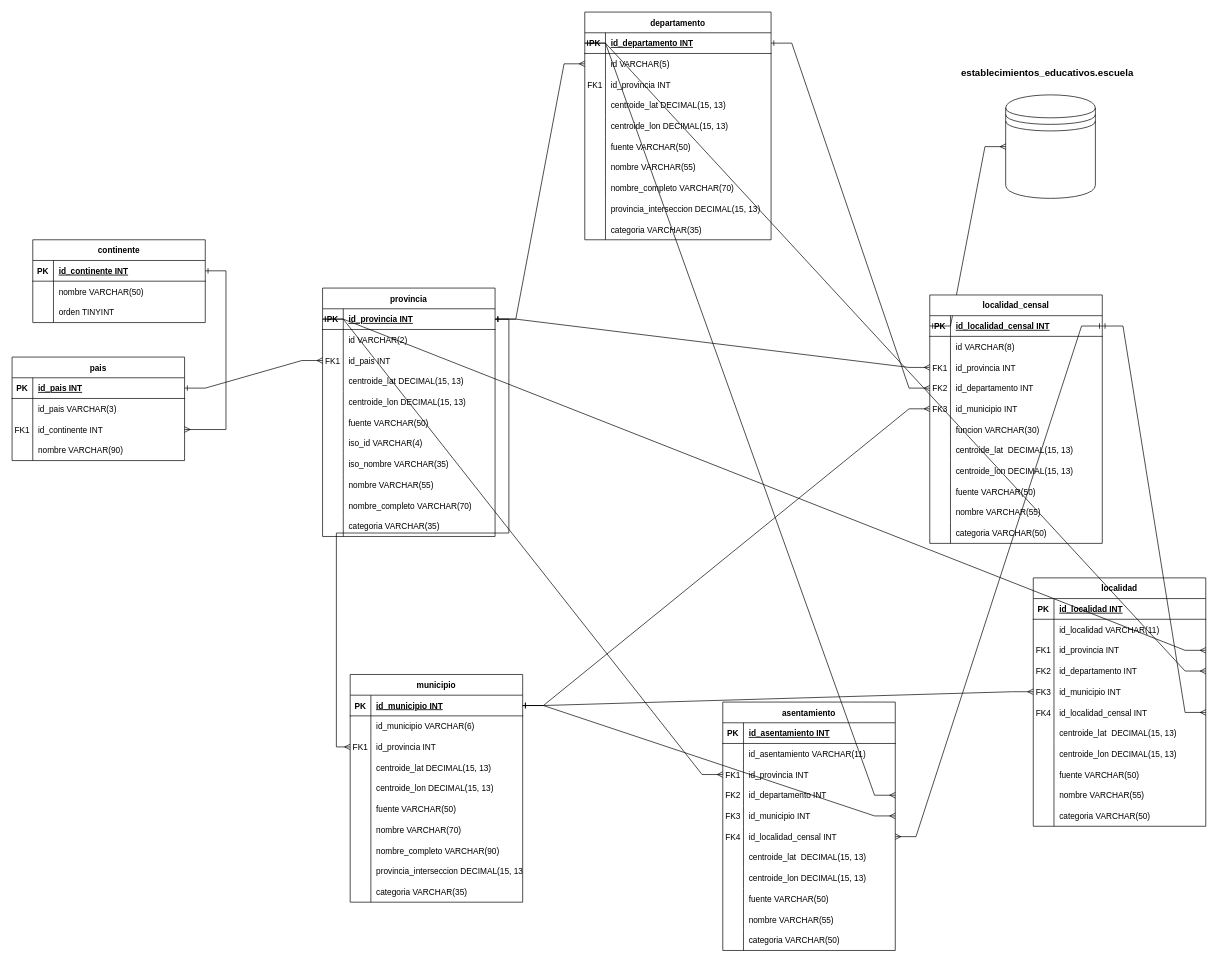
Before: georef.drawio in Alexmdq80/SistemaGestionEscolar, a draw.io diagram. Source tidied: cells renumbered, new cells numbered last; positions are measured from the earlier drawing's top-left corner, leaving out a move shared by most shapes. Both pictures are drawn from the tidied source at 69%, with x=0, y=0 at pixel (12, 12).
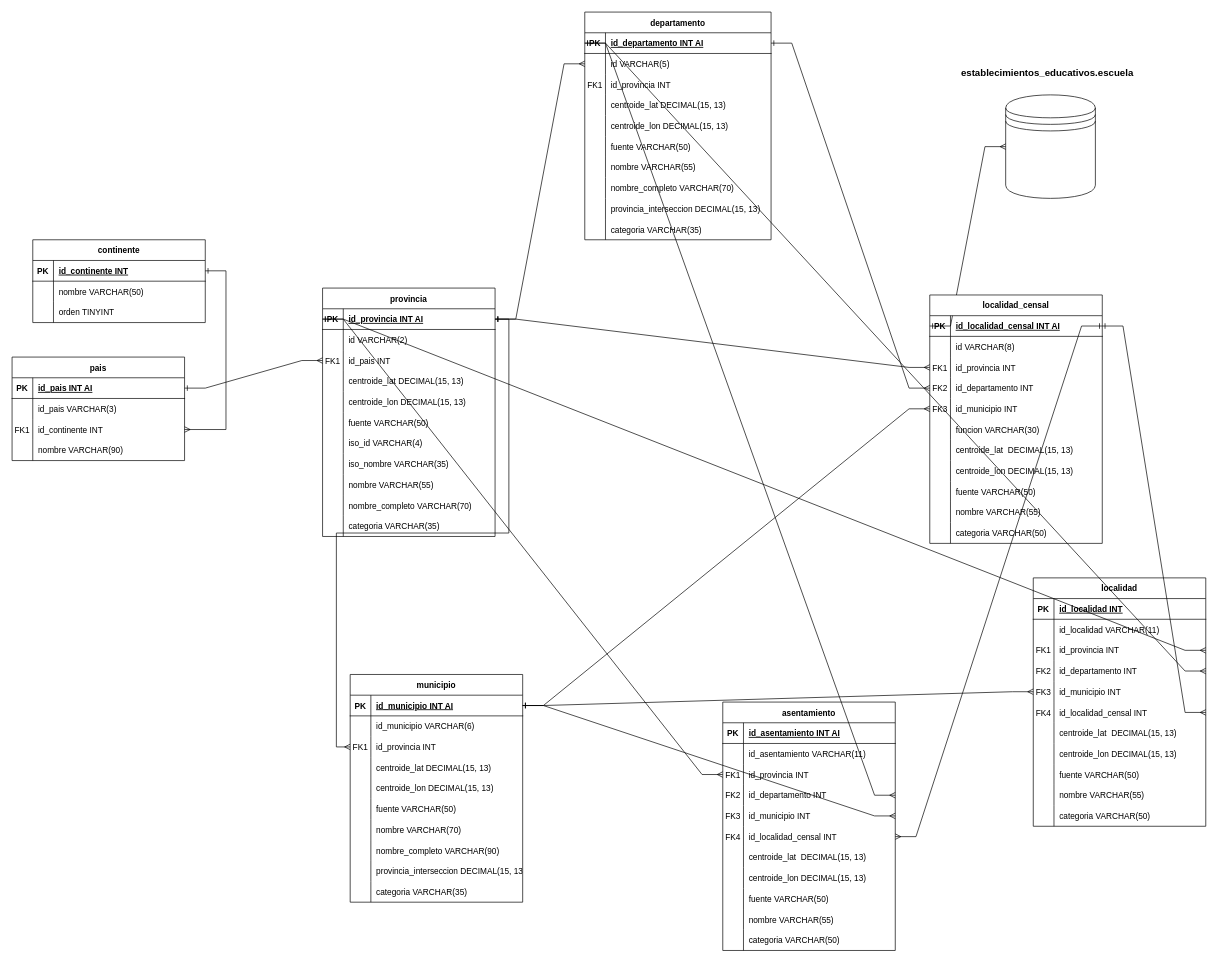
After the change.

Unchanged cells that the change refers to:
```xml
<mxCell id="3" style="shape=partialRectangle;fillColor=none;points=[[0,0.5],[1,0.5]];portConstraint=eastwest;top=0;left=0;right=0;bottom=1;" parent="2" vertex="1">
  <mxGeometry y="30" width="250" height="30" as="geometry" />
</mxCell>
<mxCell id="37" style="shape=partialRectangle;fillColor=none;points=[[0,0.5],[1,0.5]];portConstraint=eastwest;top=0;left=0;right=0;bottom=1;" parent="36" vertex="1">
  <mxGeometry y="30" width="270" height="30" as="geometry" />
</mxCell>
<mxCell id="104" style="shape=partialRectangle;fillColor=none;points=[[0,0.5],[1,0.5]];portConstraint=eastwest;top=0;left=0;right=0;bottom=1;" parent="103" vertex="1">
  <mxGeometry y="30" width="250" height="30" as="geometry" />
</mxCell>
<mxCell id="118" style="shape=partialRectangle;fillColor=none;points=[[0,0.5],[1,0.5]];portConstraint=eastwest;top=0;left=0;right=0;bottom=1;" parent="117" vertex="1">
  <mxGeometry y="30" width="250" height="30" as="geometry" />
</mxCell>
<mxCell id="165" style="shape=partialRectangle;fillColor=none;top=0;left=0;right=0;bottom=1;" parent="164" vertex="1">
  <mxGeometry y="30" width="250" height="30" as="geometry" />
</mxCell>
<mxCell id="202" style="shape=partialRectangle;fillColor=none;points=[[0,0.5],[1,0.5]];portConstraint=eastwest;top=0;left=0;right=0;bottom=1;" parent="201" vertex="1">
  <mxGeometry y="30" width="250" height="30" as="geometry" />
</mxCell>
```

The edit, as a diff of the source:
```diff
@@
-    <mxCell id="5" value="id_provincia INT" style="shape=partialRectangle;overflow=hidden;fillColor=none;top=0;left=0;bottom=0;right=0;align=left;spacingLeft=6;fontStyle=5;" parent="3" vertex="1">
+    <mxCell id="5" value="id_provincia INT AI" style="shape=partialRectangle;overflow=hidden;fillColor=none;top=0;left=0;bottom=0;right=0;align=left;spacingLeft=6;fontStyle=5;" parent="3" vertex="1">
       <mxGeometry x="30" width="220" height="30" as="geometry" />
     </mxCell>
@@
-    <mxCell id="39" value="id_departamento INT" style="shape=partialRectangle;overflow=hidden;fillColor=none;top=0;left=0;bottom=0;right=0;align=left;spacingLeft=6;fontStyle=5;" parent="37" vertex="1">
+    <mxCell id="39" value="id_departamento INT AI" style="shape=partialRectangle;overflow=hidden;fillColor=none;top=0;left=0;bottom=0;right=0;align=left;spacingLeft=6;fontStyle=5;" parent="37" vertex="1">
       <mxGeometry x="30" width="240" height="30" as="geometry" />
     </mxCell>
@@
-    <mxCell id="106" value="id_pais INT" style="shape=partialRectangle;overflow=hidden;fillColor=none;top=0;left=0;bottom=0;right=0;align=left;spacingLeft=6;fontStyle=5;" parent="104" vertex="1">
+    <mxCell id="106" value="id_pais INT AI" style="shape=partialRectangle;overflow=hidden;fillColor=none;top=0;left=0;bottom=0;right=0;align=left;spacingLeft=6;fontStyle=5;" parent="104" vertex="1">
       <mxGeometry x="30" width="220" height="30" as="geometry" />
     </mxCell>
@@
-    <mxCell id="120" value="id_municipio INT" style="shape=partialRectangle;overflow=hidden;fillColor=none;top=0;left=0;bottom=0;right=0;align=left;spacingLeft=6;fontStyle=5;" parent="118" vertex="1">
+    <mxCell id="120" value="id_municipio INT AI" style="shape=partialRectangle;overflow=hidden;fillColor=none;top=0;left=0;bottom=0;right=0;align=left;spacingLeft=6;fontStyle=5;" parent="118" vertex="1">
       <mxGeometry x="30" width="220" height="30" as="geometry" />
     </mxCell>
@@
-    <mxCell id="167" value="id_asentamiento INT" style="shape=partialRectangle;overflow=hidden;fillColor=none;top=0;left=0;bottom=0;right=0;align=left;spacingLeft=6;fontStyle=5;" parent="165" vertex="1">
+    <mxCell id="167" value="id_asentamiento INT AI" style="shape=partialRectangle;overflow=hidden;fillColor=none;top=0;left=0;bottom=0;right=0;align=left;spacingLeft=6;fontStyle=5;" parent="165" vertex="1">
       <mxGeometry x="30" width="220" height="30" as="geometry" />
     </mxCell>
@@
-    <mxCell id="204" value="id_localidad_censal INT" style="shape=partialRectangle;overflow=hidden;fillColor=none;top=0;left=0;bottom=0;right=0;align=left;spacingLeft=6;fontStyle=5;" parent="202" vertex="1">
+    <mxCell id="204" value="id_localidad_censal INT AI" style="shape=partialRectangle;overflow=hidden;fillColor=none;top=0;left=0;bottom=0;right=0;align=left;spacingLeft=6;fontStyle=5;" parent="202" vertex="1">
       <mxGeometry x="30" width="220" height="30" as="geometry" />
     </mxCell>
```
